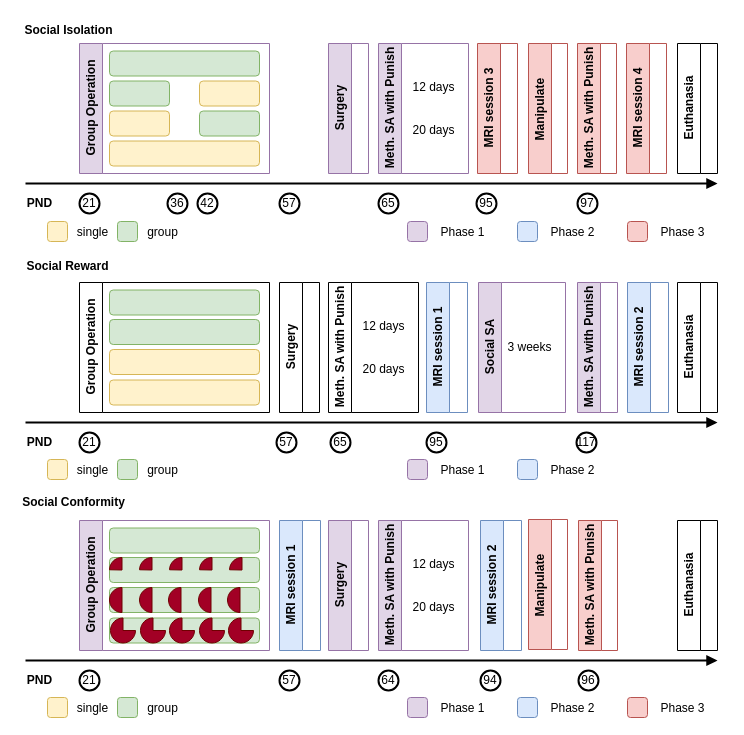
This is Social_Isolation_Timeline.drawio from Ernest861/demo, a draw.io file, before an edit. Source tidied: cells renumbered, new cells numbered last; positions are measured from the earlier drawing's top-left corner, leaving out a move shared by most shapes. Both pictures are drawn from the tidied source at 100%, with x=0, y=0 at pixel (17, 17).
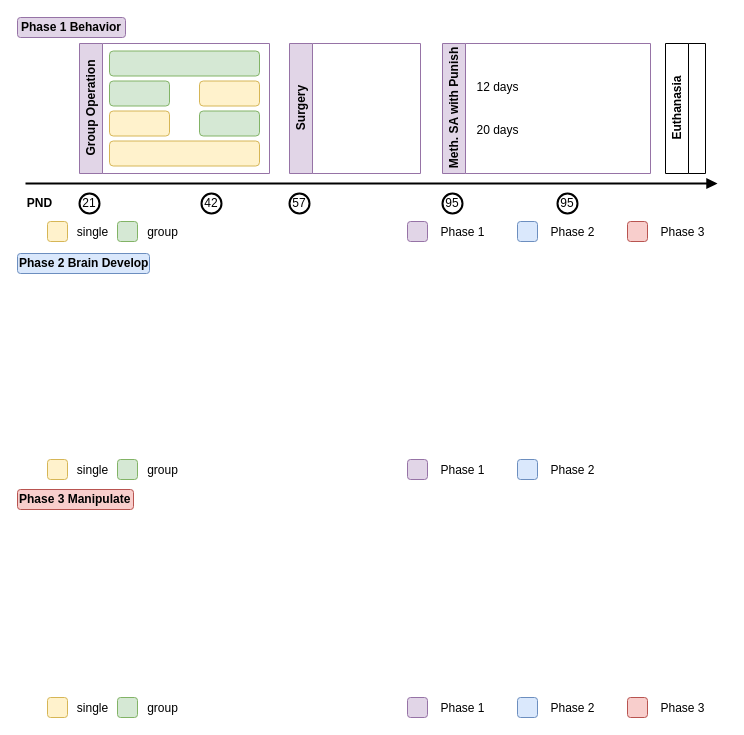
Above is the later version.

The edit, as a diff of the source:
```diff
@@
     <mxCell id="11" value="57" style="ellipse;whiteSpace=wrap;html=1;strokeWidth=2;" parent="1" vertex="1">
-      <mxGeometry x="262" y="176" width="20" height="20" as="geometry" />
+      <mxGeometry x="272" y="176" width="20" height="20" as="geometry" />
     </mxCell>
     <mxCell id="12" value="Surgery" style="swimlane;horizontal=0;whiteSpace=wrap;html=1;fillColor=#e1d5e7;strokeColor=#9673a6;" parent="1" vertex="1">
-      <mxGeometry x="311" y="26" width="40" height="130" as="geometry" />
+      <mxGeometry x="272" y="26" width="131" height="130" as="geometry" />
     </mxCell>
     <mxCell id="13" value="Meth. SA with Punish" style="swimlane;horizontal=0;whiteSpace=wrap;html=1;fillColor=#e1d5e7;strokeColor=#9673a6;" parent="1" vertex="1">
-      <mxGeometry x="361" y="26" width="90" height="130" as="geometry" />
+      <mxGeometry x="425" y="26" width="208" height="130" as="geometry" />
     </mxCell>
@@
-    <mxCell id="15" value="MRI session 3" style="swimlane;horizontal=0;whiteSpace=wrap;html=1;fillColor=#f8cecc;strokeColor=#b85450;" parent="1" vertex="1">
-      <mxGeometry x="460" y="26" width="40" height="130" as="geometry" />
-    </mxCell>
     <mxCell id="16" value="95" style="ellipse;whiteSpace=wrap;html=1;strokeWidth=2;" parent="1" vertex="1">
-      <mxGeometry x="459" y="176" width="20" height="20" as="geometry" />
+      <mxGeometry x="425" y="176" width="20" height="20" as="geometry" />
     </mxCell>
-    <mxCell id="17" value="Manipulate&amp;nbsp;" style="swimlane;horizontal=0;whiteSpace=wrap;html=1;fillColor=#f8cecc;strokeColor=#b85450;" parent="1" vertex="1">
-      <mxGeometry x="511" y="26" width="39" height="130" as="geometry" />
-    </mxCell>
-    <mxCell id="18" value="MRI session 4" style="swimlane;horizontal=0;whiteSpace=wrap;html=1;fillColor=#f8cecc;strokeColor=#b85450;" parent="1" vertex="1">
-      <mxGeometry x="609" y="26" width="40" height="130" as="geometry" />
-    </mxCell>
-    <mxCell id="19" value="97" style="ellipse;whiteSpace=wrap;html=1;strokeWidth=2;" parent="1" vertex="1">
-      <mxGeometry x="560" y="176" width="20" height="20" as="geometry" />
-    </mxCell>
-    <mxCell id="20" value="Meth. SA with Punish" style="swimlane;horizontal=0;whiteSpace=wrap;html=1;fillColor=#f8cecc;strokeColor=#b85450;" parent="1" vertex="1">
-      <mxGeometry x="560" y="26" width="39" height="130" as="geometry" />
-    </mxCell>
     <mxCell id="21" value="Euthanasia" style="swimlane;horizontal=0;whiteSpace=wrap;html=1;" parent="1" vertex="1">
-      <mxGeometry x="660" y="26" width="40" height="130" as="geometry" />
+      <mxGeometry x="648" y="26" width="40" height="130" as="geometry" />
     </mxCell>
-    <mxCell id="22" value="65" style="ellipse;whiteSpace=wrap;html=1;strokeWidth=2;" parent="1" vertex="1">
-      <mxGeometry x="361" y="176" width="20" height="20" as="geometry" />
-    </mxCell>
@@
-    <mxCell id="33" style="endArrow=block;html=1;rounded=0;endFill=1;strokeWidth=2;" parent="1" edge="1">
-      <mxGeometry relative="1" as="geometry">
-        <mxPoint x="8" y="405" as="sourcePoint" />
-        <mxPoint x="700" y="405" as="targetPoint" />
-      </mxGeometry>
-    </mxCell>
-    <mxCell id="34" value="Group Operation" style="swimlane;horizontal=0;whiteSpace=wrap;html=1;" parent="1" vertex="1">
-      <mxGeometry x="62" y="265" width="190" height="130" as="geometry" />
-    </mxCell>
-    <mxCell id="35" style="rounded=1;whiteSpace=wrap;html=1;fillColor=#fff2cc;strokeColor=#d6b656;" parent="34" vertex="1">
-      <mxGeometry x="30" y="97.5" width="150" height="25" as="geometry" />
-    </mxCell>
-    <mxCell id="36" style="rounded=1;whiteSpace=wrap;html=1;fillColor=#d5e8d4;strokeColor=#82b366;" parent="34" vertex="1">
-      <mxGeometry x="30" y="7.5" width="150" height="25" as="geometry" />
-    </mxCell>
-    <mxCell id="37" style="rounded=1;whiteSpace=wrap;html=1;fillColor=#d5e8d4;strokeColor=#82b366;" parent="34" vertex="1">
-      <mxGeometry x="30" y="37" width="150" height="25" as="geometry" />
-    </mxCell>
-    <mxCell id="38" style="rounded=1;whiteSpace=wrap;html=1;fillColor=#fff2cc;strokeColor=#d6b656;" parent="34" vertex="1">
-      <mxGeometry x="30" y="67" width="150" height="25" as="geometry" />
-    </mxCell>
-    <mxCell id="39" value="21" style="ellipse;whiteSpace=wrap;html=1;strokeWidth=2;" parent="1" vertex="1">
-      <mxGeometry x="62" y="415" width="20" height="20" as="geometry" />
-    </mxCell>
-    <mxCell id="40" value="57" style="ellipse;whiteSpace=wrap;html=1;strokeWidth=2;" parent="1" vertex="1">
-      <mxGeometry x="259" y="415" width="20" height="20" as="geometry" />
-    </mxCell>
-    <mxCell id="41" value="Surgery" style="swimlane;horizontal=0;whiteSpace=wrap;html=1;" parent="1" vertex="1">
-      <mxGeometry x="262" y="265" width="40" height="130" as="geometry" />
-    </mxCell>
-    <mxCell id="42" value="Social SA" style="swimlane;horizontal=0;whiteSpace=wrap;html=1;fillColor=#e1d5e7;strokeColor=#9673a6;" parent="1" vertex="1">
-      <mxGeometry x="461" y="265" width="87" height="130" as="geometry" />
-    </mxCell>
-    <mxCell id="43" value="&lt;div&gt;3 weeks&lt;/div&gt;" style="text;html=1;align=center;verticalAlign=middle;strokeColor=none;fillColor=none;" parent="42" vertex="1">
-      <mxGeometry x="16" y="50" width="70" height="30" as="geometry" />
-    </mxCell>
-    <mxCell id="44" value="95" style="ellipse;whiteSpace=wrap;html=1;strokeWidth=2;" parent="1" vertex="1">
-      <mxGeometry x="409" y="415" width="20" height="20" as="geometry" />
-    </mxCell>
-    <mxCell id="45" value="Euthanasia" style="swimlane;horizontal=0;whiteSpace=wrap;html=1;" parent="1" vertex="1">
-      <mxGeometry x="660" y="265" width="40" height="130" as="geometry" />
-    </mxCell>
@@
     <mxCell id="54" value="42" style="ellipse;whiteSpace=wrap;html=1;strokeWidth=2;" parent="1" vertex="1">
-      <mxGeometry x="180" y="176" width="20" height="20" as="geometry" />
+      <mxGeometry x="184" y="176" width="20" height="20" as="geometry" />
     </mxCell>
-    <mxCell id="55" value="36" style="ellipse;whiteSpace=wrap;html=1;strokeWidth=2;" parent="1" vertex="1">
-      <mxGeometry x="150" y="176" width="20" height="20" as="geometry" />
-    </mxCell>
-    <mxCell id="56" value="MRI session 1" style="swimlane;horizontal=0;whiteSpace=wrap;html=1;fillColor=#dae8fc;strokeColor=#6c8ebf;" parent="1" vertex="1">
-      <mxGeometry x="409" y="265" width="41" height="130" as="geometry" />
-    </mxCell>
-    <mxCell id="57" style="endArrow=block;html=1;rounded=0;endFill=1;strokeWidth=2;" parent="1" edge="1">
-      <mxGeometry relative="1" as="geometry">
-        <mxPoint x="8" y="643" as="sourcePoint" />
-        <mxPoint x="700" y="643" as="targetPoint" />
-      </mxGeometry>
-    </mxCell>
-    <mxCell id="58" value="Group Operation" style="swimlane;horizontal=0;whiteSpace=wrap;html=1;fillColor=#e1d5e7;strokeColor=#9673a6;" parent="1" vertex="1">
-      <mxGeometry x="62" y="503" width="190" height="130" as="geometry" />
-    </mxCell>
-    <mxCell id="59" style="rounded=1;whiteSpace=wrap;html=1;fillColor=#d5e8d4;strokeColor=#82b366;" parent="58" vertex="1">
-      <mxGeometry x="30" y="97.5" width="150" height="25" as="geometry" />
-    </mxCell>
-    <mxCell id="60" style="rounded=1;whiteSpace=wrap;html=1;fillColor=#d5e8d4;strokeColor=#82b366;" parent="58" vertex="1">
-      <mxGeometry x="30" y="7.5" width="150" height="25" as="geometry" />
-    </mxCell>
-    <mxCell id="61" style="rounded=1;whiteSpace=wrap;html=1;fillColor=#d5e8d4;strokeColor=#82b366;" parent="58" vertex="1">
-      <mxGeometry x="30" y="37" width="150" height="25" as="geometry" />
-    </mxCell>
-    <mxCell id="62" style="rounded=1;whiteSpace=wrap;html=1;fillColor=#d5e8d4;strokeColor=#82b366;" parent="58" vertex="1">
-      <mxGeometry x="30" y="67" width="150" height="25" as="geometry" />
-    </mxCell>
-    <mxCell id="63" style="group;" parent="58" vertex="1">
-      <mxGeometry x="30" y="37" width="145" height="25" as="geometry" />
-    </mxCell>
-    <mxCell id="64" style="verticalLabelPosition=bottom;verticalAlign=top;html=1;shape=mxgraph.basic.pie;startAngle=0.7531826745504864;endAngle=0;fillColor=#a20025;fontColor=#ffffff;strokeColor=#6F0000;" parent="63" vertex="1">
-      <mxGeometry x="30" width="25" height="25" as="geometry" />
-    </mxCell>
-    <mxCell id="65" style="verticalLabelPosition=bottom;verticalAlign=top;html=1;shape=mxgraph.basic.pie;startAngle=0.7531826745504864;endAngle=0;fillColor=#a20025;fontColor=#ffffff;strokeColor=#6F0000;" parent="63" vertex="1">
-      <mxGeometry x="60" width="25" height="25" as="geometry" />
-    </mxCell>
-    <mxCell id="66" style="verticalLabelPosition=bottom;verticalAlign=top;html=1;shape=mxgraph.basic.pie;startAngle=0.7531826745504864;endAngle=0;fillColor=#a20025;fontColor=#ffffff;strokeColor=#6F0000;" parent="63" vertex="1">
-      <mxGeometry x="90" width="25" height="25" as="geometry" />
-    </mxCell>
-    <mxCell id="67" style="verticalLabelPosition=bottom;verticalAlign=top;html=1;shape=mxgraph.basic.pie;startAngle=0.7531826745504864;endAngle=0;fillColor=#a20025;fontColor=#ffffff;strokeColor=#6F0000;" parent="63" vertex="1">
-      <mxGeometry x="120" width="25" height="25" as="geometry" />
-    </mxCell>
-    <mxCell id="68" style="verticalLabelPosition=bottom;verticalAlign=top;html=1;shape=mxgraph.basic.pie;startAngle=0.7531826745504864;endAngle=0;fillColor=#a20025;fontColor=#ffffff;strokeColor=#6F0000;" parent="63" vertex="1">
-      <mxGeometry width="25" height="25" as="geometry" />
-    </mxCell>
-    <mxCell id="69" style="group;" parent="58" vertex="1">
-      <mxGeometry x="30" y="67" width="143" height="25" as="geometry" />
-    </mxCell>
-    <mxCell id="70" style="verticalLabelPosition=bottom;verticalAlign=top;html=1;shape=mxgraph.basic.pie;startAngle=0.5;endAngle=0;fillColor=#a20025;fontColor=#ffffff;strokeColor=#6F0000;" parent="69" vertex="1">
-      <mxGeometry width="25" height="25" as="geometry" />
-    </mxCell>
-    <mxCell id="71" style="verticalLabelPosition=bottom;verticalAlign=top;html=1;shape=mxgraph.basic.pie;startAngle=0.5;endAngle=0;fillColor=#a20025;fontColor=#ffffff;strokeColor=#6F0000;" parent="69" vertex="1">
-      <mxGeometry x="30" width="25" height="25" as="geometry" />
-    </mxCell>
-    <mxCell id="72" style="verticalLabelPosition=bottom;verticalAlign=top;html=1;shape=mxgraph.basic.pie;startAngle=0.5;endAngle=0;fillColor=#a20025;fontColor=#ffffff;strokeColor=#6F0000;" parent="69" vertex="1">
-      <mxGeometry x="59" width="25" height="25" as="geometry" />
-    </mxCell>
-    <mxCell id="73" style="verticalLabelPosition=bottom;verticalAlign=top;html=1;shape=mxgraph.basic.pie;startAngle=0.5;endAngle=0;fillColor=#a20025;fontColor=#ffffff;strokeColor=#6F0000;" parent="69" vertex="1">
-      <mxGeometry x="89" width="25" height="25" as="geometry" />
-    </mxCell>
-    <mxCell id="74" style="verticalLabelPosition=bottom;verticalAlign=top;html=1;shape=mxgraph.basic.pie;startAngle=0.5;endAngle=0;fillColor=#a20025;fontColor=#ffffff;strokeColor=#6F0000;" parent="69" vertex="1">
-      <mxGeometry x="118" width="25" height="25" as="geometry" />
-    </mxCell>
-    <mxCell id="75" style="group;" parent="58" vertex="1">
-      <mxGeometry x="31" y="97.5" width="143" height="25" as="geometry" />
-    </mxCell>
-    <mxCell id="76" style="verticalLabelPosition=bottom;verticalAlign=top;html=1;shape=mxgraph.basic.pie;startAngle=0.25;endAngle=0;fillColor=#a20025;fontColor=#ffffff;strokeColor=#6F0000;" parent="75" vertex="1">
-      <mxGeometry width="25" height="25" as="geometry" />
-    </mxCell>
-    <mxCell id="77" style="verticalLabelPosition=bottom;verticalAlign=top;html=1;shape=mxgraph.basic.pie;startAngle=0.25;endAngle=0;fillColor=#a20025;fontColor=#ffffff;strokeColor=#6F0000;" parent="75" vertex="1">
-      <mxGeometry x="30" width="25" height="25" as="geometry" />
-    </mxCell>
-    <mxCell id="78" style="verticalLabelPosition=bottom;verticalAlign=top;html=1;shape=mxgraph.basic.pie;startAngle=0.25;endAngle=0;fillColor=#a20025;fontColor=#ffffff;strokeColor=#6F0000;fontStyle=0;" parent="75" vertex="1">
-      <mxGeometry x="118" width="25" height="25" as="geometry" />
-    </mxCell>
-    <mxCell id="79" style="verticalLabelPosition=bottom;verticalAlign=top;html=1;shape=mxgraph.basic.pie;startAngle=0.25;endAngle=0;fillColor=#a20025;fontColor=#ffffff;strokeColor=#6F0000;" parent="75" vertex="1">
-      <mxGeometry x="59" width="25" height="25" as="geometry" />
-    </mxCell>
-    <mxCell id="80" style="verticalLabelPosition=bottom;verticalAlign=top;html=1;shape=mxgraph.basic.pie;startAngle=0.25;endAngle=0;fillColor=#a20025;fontColor=#ffffff;strokeColor=#6F0000;" parent="75" vertex="1">
-      <mxGeometry x="89" width="25" height="25" as="geometry" />
-    </mxCell>
-    <mxCell id="81" value="21" style="ellipse;whiteSpace=wrap;html=1;strokeWidth=2;" parent="1" vertex="1">
-      <mxGeometry x="62" y="653" width="20" height="20" as="geometry" />
-    </mxCell>
-    <mxCell id="82" value="57" style="ellipse;whiteSpace=wrap;html=1;strokeWidth=2;" parent="1" vertex="1">
-      <mxGeometry x="262" y="653" width="20" height="20" as="geometry" />
-    </mxCell>
-    <mxCell id="83" value="64" style="ellipse;whiteSpace=wrap;html=1;strokeWidth=2;" parent="1" vertex="1">
-      <mxGeometry x="361" y="653" width="20" height="20" as="geometry" />
-    </mxCell>
-    <mxCell id="84" value="94" style="ellipse;whiteSpace=wrap;html=1;strokeWidth=2;" parent="1" vertex="1">
-      <mxGeometry x="463" y="653" width="20" height="20" as="geometry" />
-    </mxCell>
-    <mxCell id="85" value="MRI session 1" style="swimlane;horizontal=0;whiteSpace=wrap;html=1;fillColor=#dae8fc;strokeColor=#6c8ebf;" parent="1" vertex="1">
-      <mxGeometry x="262" y="503" width="41" height="130" as="geometry" />
-    </mxCell>
-    <mxCell id="86" value="96" style="ellipse;whiteSpace=wrap;html=1;strokeWidth=2;" parent="1" vertex="1">
-      <mxGeometry x="561" y="653" width="20" height="20" as="geometry" />
-    </mxCell>
-    <mxCell id="87" value="Meth. SA with Punish" style="swimlane;horizontal=0;whiteSpace=wrap;html=1;fillColor=#f8cecc;strokeColor=#b85450;" parent="1" vertex="1">
-      <mxGeometry x="561" y="503" width="39" height="130" as="geometry" />
-    </mxCell>
-    <mxCell id="88" value="Euthanasia" style="swimlane;horizontal=0;whiteSpace=wrap;html=1;" parent="1" vertex="1">
-      <mxGeometry x="660" y="503" width="40" height="130" as="geometry" />
-    </mxCell>
@@
-    <mxCell id="97" value="MRI session 2" style="swimlane;horizontal=0;whiteSpace=wrap;html=1;fillColor=#dae8fc;strokeColor=#6c8ebf;" parent="1" vertex="1">
-      <mxGeometry x="463" y="503" width="41" height="130" as="geometry" />
-    </mxCell>
-    <mxCell id="98" value="Meth. SA with Punish" style="swimlane;horizontal=0;whiteSpace=wrap;html=1;fillColor=#e1d5e7;strokeColor=#9673a6;" parent="1" vertex="1">
-      <mxGeometry x="560" y="265" width="40" height="130" as="geometry" />
-    </mxCell>
-    <mxCell id="99" value="117" style="ellipse;whiteSpace=wrap;html=1;strokeWidth=2;" parent="1" vertex="1">
-      <mxGeometry x="559" y="415" width="20" height="20" as="geometry" />
-    </mxCell>
-    <mxCell id="100" value="MRI session 2" style="swimlane;horizontal=0;whiteSpace=wrap;html=1;fillColor=#dae8fc;strokeColor=#6c8ebf;" parent="1" vertex="1">
-      <mxGeometry x="610" y="265" width="41" height="130" as="geometry" />
-    </mxCell>
-    <mxCell id="101" value="Meth. SA with Punish" style="swimlane;horizontal=0;whiteSpace=wrap;html=1;" parent="1" vertex="1">
-      <mxGeometry x="311" y="265" width="90" height="130" as="geometry" />
-    </mxCell>
-    <mxCell id="102" value="&lt;div&gt;12 days&lt;/div&gt;&lt;div&gt;&lt;br&gt;&lt;/div&gt;&lt;div&gt;&lt;br&gt;&lt;/div&gt;20 days" style="text;html=1;align=center;verticalAlign=middle;strokeColor=none;fillColor=none;" parent="101" vertex="1">
-      <mxGeometry x="20" y="30" width="70" height="70" as="geometry" />
-    </mxCell>
-    <mxCell id="103" value="65" style="ellipse;whiteSpace=wrap;html=1;strokeWidth=2;" parent="1" vertex="1">
-      <mxGeometry x="313" y="415" width="20" height="20" as="geometry" />
-    </mxCell>
-    <mxCell id="104" value="Surgery" style="swimlane;horizontal=0;whiteSpace=wrap;html=1;fillColor=#e1d5e7;strokeColor=#9673a6;" parent="1" vertex="1">
-      <mxGeometry x="311" y="503" width="40" height="130" as="geometry" />
-    </mxCell>
-    <mxCell id="105" value="Meth. SA with Punish" style="swimlane;horizontal=0;whiteSpace=wrap;html=1;fillColor=#e1d5e7;strokeColor=#9673a6;" parent="1" vertex="1">
-      <mxGeometry x="361" y="503" width="90" height="130" as="geometry" />
-    </mxCell>
-    <mxCell id="106" value="&lt;div&gt;12 days&lt;/div&gt;&lt;div&gt;&lt;br&gt;&lt;/div&gt;&lt;div&gt;&lt;br&gt;&lt;/div&gt;20 days" style="text;html=1;align=center;verticalAlign=middle;strokeColor=none;fillColor=none;" parent="105" vertex="1">
-      <mxGeometry x="20" y="30" width="70" height="70" as="geometry" />
-    </mxCell>
-    <mxCell id="107" value="Manipulate&amp;nbsp;" style="swimlane;horizontal=0;whiteSpace=wrap;html=1;fillColor=#f8cecc;strokeColor=#b85450;" parent="1" vertex="1">
-      <mxGeometry x="511" y="502" width="39" height="130" as="geometry" />
-    </mxCell>
@@
-    <mxCell id="111" value="PND" style="text;html=1;align=center;verticalAlign=middle;strokeColor=none;fillColor=none;fontStyle=1;" parent="1" vertex="1">
-      <mxGeometry y="412" width="43" height="26" as="geometry" />
-    </mxCell>
-    <mxCell id="112" value="PND" style="text;html=1;align=center;verticalAlign=middle;strokeColor=none;fillColor=none;fontStyle=1;" parent="1" vertex="1">
-      <mxGeometry y="650" width="43" height="26" as="geometry" />
-    </mxCell>
-    <mxCell id="113" value="Social Isolation" style="text;html=1;align=center;verticalAlign=middle;strokeColor=none;fillColor=none;fontStyle=1;" parent="1" vertex="1">
-      <mxGeometry x="1" width="99" height="26" as="geometry" />
-    </mxCell>
-    <mxCell id="114" value="Social Reward" style="text;html=1;align=center;verticalAlign=middle;strokeColor=none;fillColor=none;fontStyle=1;" parent="1" vertex="1">
-      <mxGeometry x="2" y="236" width="95" height="26" as="geometry" />
-    </mxCell>
-    <mxCell id="115" value="Social Conformity" style="text;html=1;align=center;verticalAlign=middle;strokeColor=none;fillColor=none;fontStyle=1;" parent="1" vertex="1">
-      <mxGeometry y="472" width="112" height="26" as="geometry" />
-    </mxCell>
+    <mxCell id="44" value="95" style="ellipse;whiteSpace=wrap;html=1;strokeWidth=2;" parent="1" vertex="1">
+      <mxGeometry x="540" y="176" width="20" height="20" as="geometry" />
+    </mxCell>
+    <mxCell id="116" value="&lt;span style=&quot;font-weight: 700; text-align: left; text-wrap-mode: nowrap;&quot;&gt;Phase 1 Behavior&lt;/span&gt;" style="rounded=1;whiteSpace=wrap;html=1;fillColor=#e1d5e7;strokeColor=#9673a6;" parent="1" vertex="1">
+      <mxGeometry width="108" height="20" as="geometry" />
+    </mxCell>
+    <mxCell id="117" value="&lt;span style=&quot;font-weight: 700; text-wrap-mode: nowrap;&quot;&gt;Phase 2 Brain Develop&lt;/span&gt;" style="rounded=1;whiteSpace=wrap;html=1;fillColor=#dae8fc;strokeColor=#6c8ebf;align=left;" parent="1" vertex="1">
+      <mxGeometry y="236" width="132" height="20" as="geometry" />
+    </mxCell>
+    <mxCell id="118" value="&lt;span style=&quot;font-weight: 700; text-wrap-mode: nowrap;&quot;&gt;Phase 3&amp;nbsp;&lt;/span&gt;&lt;span style=&quot;font-weight: 700; text-wrap-mode: nowrap;&quot;&gt;Manipulate&lt;/span&gt;" style="rounded=1;whiteSpace=wrap;html=1;fillColor=#f8cecc;strokeColor=#b85450;align=left;" parent="1" vertex="1">
+      <mxGeometry y="472" width="116" height="20" as="geometry" />
+    </mxCell>
```
